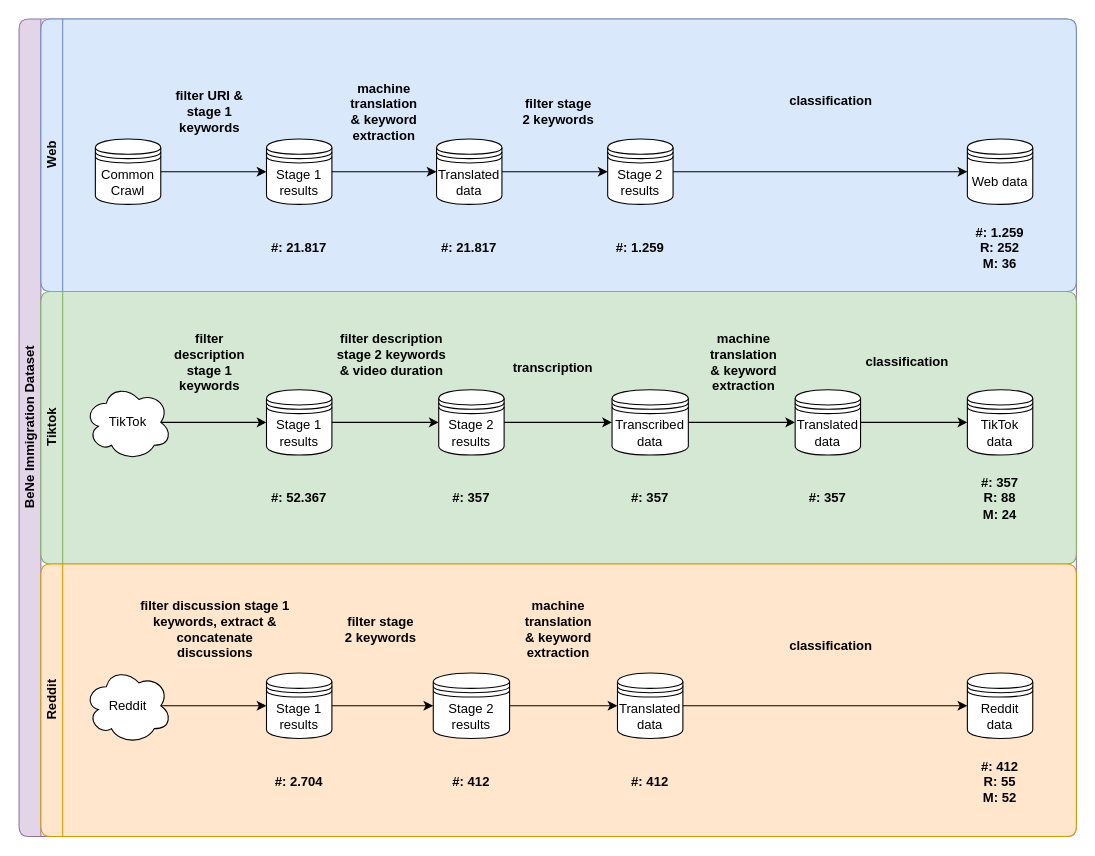
Above: dataset.drawio in avhou/IM9506-AF (draw.io), before the change. Source tidied: cells renumbered, new cells numbered last; positions are measured from the earlier drawing's top-left corner, leaving out a move shared by most shapes. Both pictures are drawn from the tidied source at 109%, with x=0, y=0 at pixel (19, 19).
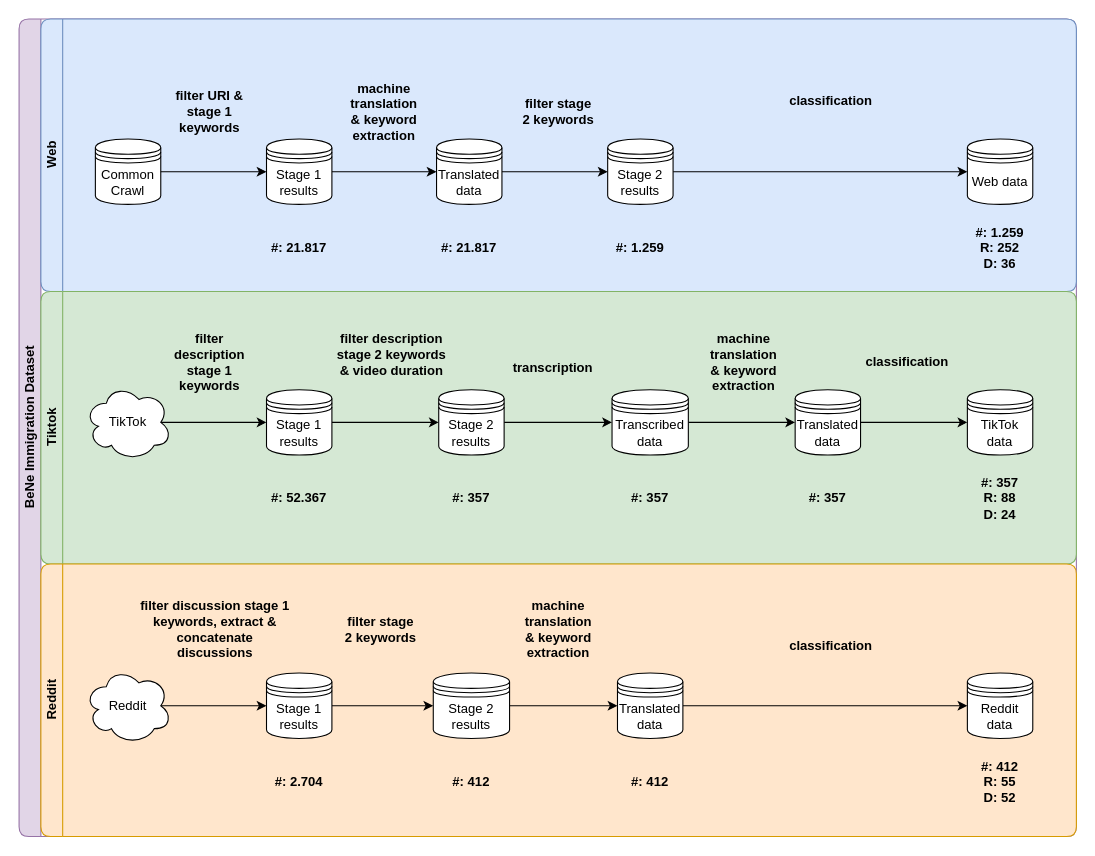
After the change.

Commit message (it also covers changes not shown here):
dataset diagram, samenvatting meeting

Unchanged cells that the change refers to:
```xml
<mxCell id="3" value="Web" style="swimlane;html=1;startSize=20;horizontal=0;rounded=1;fillColor=#dae8fc;strokeColor=#6c8ebf;gradientColor=none;fillStyle=auto;swimlaneFillColor=#DAE8FC;" parent="2" vertex="1">
  <mxGeometry x="20" width="950" height="250" as="geometry" />
</mxCell>
<mxCell id="21" value="Tiktok" style="swimlane;html=1;startSize=20;horizontal=0;rounded=1;fillColor=#d5e8d4;strokeColor=#82b366;swimlaneFillColor=#D5E8D4;" parent="2" vertex="1">
  <mxGeometry x="20" y="250" width="950" height="250" as="geometry" />
</mxCell>
<mxCell id="43" value="Reddit" style="swimlane;html=1;startSize=20;horizontal=0;rounded=1;fillColor=#ffe6cc;strokeColor=#d79b00;swimlaneFillColor=#FFE6CC;" parent="2" vertex="1">
  <mxGeometry x="20" y="500" width="950" height="250" as="geometry" />
</mxCell>
```

The edit, as a diff of the source:
```diff
@@
-    <mxCell id="20" value="&lt;b&gt;#: 1.259&lt;/b&gt;&lt;div&gt;&lt;b&gt;R: 252&lt;/b&gt;&lt;/div&gt;&lt;div&gt;&lt;b&gt;M: 36&lt;/b&gt;&lt;/div&gt;" style="text;html=1;align=center;verticalAlign=middle;whiteSpace=wrap;rounded=1;" parent="3" vertex="1">
+    <mxCell id="20" value="&lt;b&gt;#: 1.259&lt;/b&gt;&lt;div&gt;&lt;b&gt;R: 252&lt;/b&gt;&lt;/div&gt;&lt;div&gt;&lt;b&gt;D: 36&lt;/b&gt;&lt;/div&gt;" style="text;html=1;align=center;verticalAlign=middle;whiteSpace=wrap;rounded=1;" parent="3" vertex="1">
       <mxGeometry x="845" y="195" width="70" height="30" as="geometry" />
     </mxCell>
@@
-    <mxCell id="42" value="&lt;b&gt;#: 357&lt;/b&gt;&lt;div&gt;&lt;b&gt;R: 88&lt;/b&gt;&lt;/div&gt;&lt;div&gt;&lt;b&gt;M: 24&lt;/b&gt;&lt;/div&gt;" style="text;html=1;align=center;verticalAlign=middle;whiteSpace=wrap;rounded=1;" parent="21" vertex="1">
+    <mxCell id="42" value="&lt;b&gt;#: 357&lt;/b&gt;&lt;div&gt;&lt;b&gt;R: 88&lt;/b&gt;&lt;/div&gt;&lt;div&gt;&lt;b&gt;D: 24&lt;/b&gt;&lt;/div&gt;" style="text;html=1;align=center;verticalAlign=middle;whiteSpace=wrap;rounded=1;" parent="21" vertex="1">
       <mxGeometry x="845" y="175" width="70" height="30" as="geometry" />
     </mxCell>
@@
-    <mxCell id="60" value="&lt;b&gt;#: 412&lt;/b&gt;&lt;div&gt;&lt;b&gt;R: 55&lt;/b&gt;&lt;/div&gt;&lt;div&gt;&lt;b&gt;M: 52&lt;/b&gt;&lt;/div&gt;" style="text;html=1;align=center;verticalAlign=middle;whiteSpace=wrap;rounded=1;" parent="43" vertex="1">
+    <mxCell id="60" value="&lt;b&gt;#: 412&lt;/b&gt;&lt;div&gt;&lt;b&gt;R: 55&lt;/b&gt;&lt;/div&gt;&lt;div&gt;&lt;b&gt;D: 52&lt;/b&gt;&lt;/div&gt;" style="text;html=1;align=center;verticalAlign=middle;whiteSpace=wrap;rounded=1;" parent="43" vertex="1">
       <mxGeometry x="845" y="185" width="70" height="30" as="geometry" />
     </mxCell>
```
